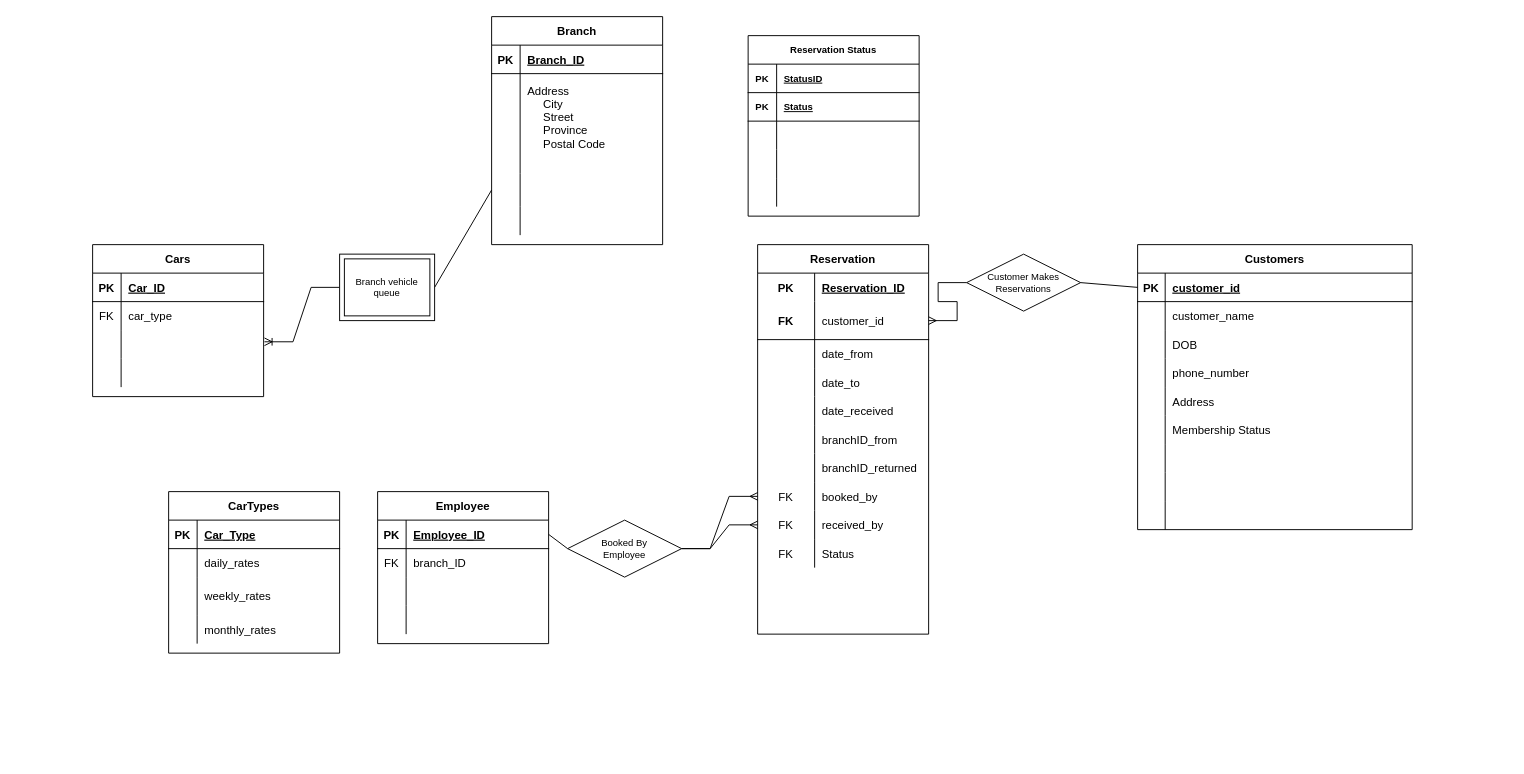
The draw.io diagram CarRentalDB.drawio in toastmod/291Project, before the edit. Source tidied: cells renumbered, new cells numbered last; positions are measured from the earlier drawing's top-left corner, leaving out a move shared by most shapes. Both pictures are drawn from the tidied source at 95%, with x=0, y=0 at pixel (92, 16).
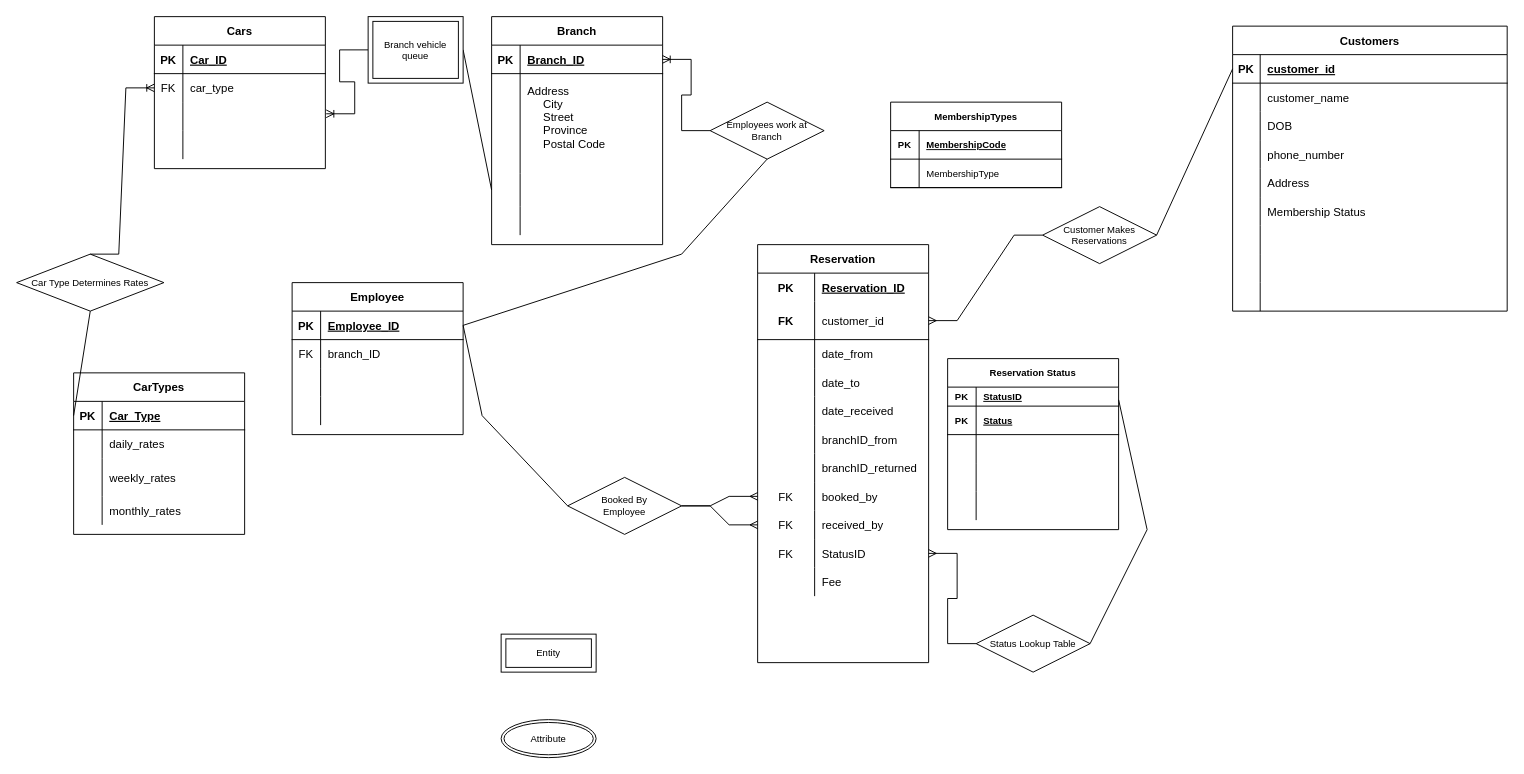
The same page after the edit.

The change refers to these unchanged cells:
```xml
<mxCell id="58" style="shape=tableRow;horizontal=0;startSize=0;swimlaneHead=0;swimlaneBody=0;fillColor=none;points=[[0,0.5],[1,0.5]];portConstraint=eastwest;top=0;left=0;right=0;bottom=0;" parent="30" vertex="1">
  <mxGeometry y="310" width="180" height="30" as="geometry" />
</mxCell>
<mxCell id="62" style="shape=tableRow;horizontal=0;startSize=0;swimlaneHead=0;swimlaneBody=0;fillColor=none;points=[[0,0.5],[1,0.5]];portConstraint=eastwest;top=0;left=0;right=0;bottom=1;" parent="61" vertex="1">
  <mxGeometry y="30" width="180" height="30" as="geometry" />
</mxCell>
<mxCell id="75" style="shape=tableRow;horizontal=0;startSize=0;swimlaneHead=0;swimlaneBody=0;fillColor=none;points=[[0,0.5],[1,0.5]];portConstraint=eastwest;top=0;left=0;right=0;bottom=1;" parent="74" vertex="1">
  <mxGeometry y="30" width="180" height="30" as="geometry" />
</mxCell>
<mxCell id="91" style="shape=tableRow;horizontal=0;startSize=0;swimlaneHead=0;swimlaneBody=0;fillColor=none;points=[[0,0.5],[1,0.5]];portConstraint=eastwest;top=0;left=0;right=0;bottom=0;" parent="87" vertex="1">
  <mxGeometry y="60" width="180" height="30" as="geometry" />
</mxCell>
<mxCell id="101" style="shape=tableRow;horizontal=0;startSize=0;swimlaneHead=0;swimlaneBody=0;fillColor=none;points=[[0,0.5],[1,0.5]];portConstraint=eastwest;top=0;left=0;right=0;bottom=1;" parent="100" vertex="1">
  <mxGeometry y="30" width="180" height="30" as="geometry" />
</mxCell>
```

Change to the diagram source:
```diff
@@
     <mxCell id="2" value="Customers" style="shape=table;startSize=30;childLayout=tableLayout;rowLines=0;fontStyle=1;align=center;" parent="1" vertex="1">
-      <mxGeometry x="1100" y="240" width="289" height="300" as="geometry" />
+      <mxGeometry x="1200" y="10" width="289" height="300" as="geometry" />
     </mxCell>
@@
     <mxCell id="30" value="Reservation" style="shape=table;startSize=30;childLayout=tableLayout;rowLines=0;fontStyle=1;align=center;" parent="1" vertex="1">
-      <mxGeometry x="700" y="240" width="180" height="410" as="geometry" />
+      <mxGeometry x="700" y="240" width="180" height="440" as="geometry" />
     </mxCell>
@@
-    <mxCell id="60" value="Status" style="shape=partialRectangle;fillColor=none;top=0;left=0;bottom=0;right=0;align=left;spacingLeft=6;overflow=hidden;" parent="58" vertex="1">
+    <mxCell id="60" value="StatusID" style="shape=partialRectangle;fillColor=none;top=0;left=0;bottom=0;right=0;align=left;spacingLeft=6;overflow=hidden;" parent="58" vertex="1">
       <mxGeometry x="60" width="120" height="30" as="geometry" />
     </mxCell>
+    <mxCell id="139" style="shape=tableRow;horizontal=0;startSize=0;swimlaneHead=0;swimlaneBody=0;fillColor=none;top=0;left=0;right=0;bottom=0;" parent="30" vertex="1">
+      <mxGeometry y="340" width="180" height="30" as="geometry" />
+    </mxCell>
+    <mxCell id="140" style="shape=partialRectangle;fillColor=none;top=0;left=0;bottom=0;right=0;overflow=hidden;" parent="139" vertex="1">
+      <mxGeometry width="60" height="30" as="geometry" />
+    </mxCell>
+    <mxCell id="141" value="Fee" style="shape=partialRectangle;fillColor=none;top=0;left=0;bottom=0;right=0;align=left;spacingLeft=6;overflow=hidden;" parent="139" vertex="1">
+      <mxGeometry x="60" width="120" height="30" as="geometry" />
+    </mxCell>
@@
     <mxCell id="74" value="CarTypes" style="shape=table;startSize=30;childLayout=tableLayout;rowLines=0;fontStyle=1;align=center;" parent="1" vertex="1">
-      <mxGeometry x="80" y="500" width="180" height="170" as="geometry" />
+      <mxGeometry x="-20" y="375" width="180" height="170" as="geometry" />
     </mxCell>
@@
     <mxCell id="87" value="Cars" style="shape=table;startSize=30;childLayout=tableLayout;rowLines=0;fontStyle=1;align=center;" parent="1" vertex="1">
-      <mxGeometry y="240" width="180" height="160" as="geometry" />
+      <mxGeometry x="65" width="180" height="160" as="geometry" />
     </mxCell>
@@
     <mxCell id="100" value="Employee" style="shape=table;startSize=30;childLayout=tableLayout;rowLines=0;fontStyle=1;align=center;" parent="1" vertex="1">
-      <mxGeometry x="300" y="500" width="180" height="160" as="geometry" />
+      <mxGeometry x="210" y="280" width="180" height="160" as="geometry" />
     </mxCell>
@@
     <mxCell id="115" value="&lt;div&gt;Booked By&lt;/div&gt;&lt;div&gt;Employee&lt;br&gt;&lt;/div&gt;" style="shape=rhombus;perimeter=rhombusPerimeter;whiteSpace=wrap;html=1;align=center;fontSize=10;" parent="1" vertex="1">
-      <mxGeometry x="500" y="530" width="120" height="60" as="geometry" />
+      <mxGeometry x="500" y="485" width="120" height="60" as="geometry" />
     </mxCell>
     <mxCell id="116" value="Branch vehicle queue" style="shape=ext;margin=3;double=1;whiteSpace=wrap;html=1;align=center;fontSize=10;" parent="1" vertex="1">
-      <mxGeometry x="260" y="250" width="100" height="70" as="geometry" />
+      <mxGeometry x="290" width="100" height="70" as="geometry" />
     </mxCell>
     <mxCell id="117" value="Reservation Status" style="shape=table;startSize=30;childLayout=tableLayout;rowLines=0;fontStyle=1;align=center;fontSize=10;" parent="1" vertex="1">
-      <mxGeometry x="690" y="20" width="180" height="190" as="geometry" />
+      <mxGeometry x="900" y="360" width="180" height="180" as="geometry" />
     </mxCell>
     <mxCell id="118" style="shape=tableRow;horizontal=0;startSize=0;swimlaneHead=0;swimlaneBody=0;fillColor=none;points=[[0,0.5],[1,0.5]];portConstraint=eastwest;top=0;left=0;right=0;bottom=1;fontSize=10;" parent="117" vertex="1">
-      <mxGeometry y="30" width="180" height="30" as="geometry" />
+      <mxGeometry y="30" width="180" height="20" as="geometry" />
     </mxCell>
     <mxCell id="119" value="PK" style="shape=partialRectangle;fillColor=none;top=0;left=0;bottom=0;right=0;fontStyle=1;overflow=hidden;fontSize=10;" parent="118" vertex="1">
-      <mxGeometry width="30" height="30" as="geometry" />
+      <mxGeometry width="30" height="20" as="geometry" />
     </mxCell>
     <mxCell id="120" value="StatusID" style="shape=partialRectangle;fillColor=none;top=0;left=0;bottom=0;right=0;align=left;spacingLeft=6;fontStyle=5;overflow=hidden;fontSize=10;" parent="118" vertex="1">
-      <mxGeometry x="30" width="150" height="30" as="geometry" />
+      <mxGeometry x="30" width="150" height="20" as="geometry" />
     </mxCell>
     <mxCell id="121" style="shape=tableRow;horizontal=0;startSize=0;swimlaneHead=0;swimlaneBody=0;fillColor=none;top=0;left=0;right=0;bottom=1;fontSize=10;" parent="117" vertex="1">
-      <mxGeometry y="60" width="180" height="30" as="geometry" />
+      <mxGeometry y="50" width="180" height="30" as="geometry" />
     </mxCell>
@@
     <mxCell id="124" style="shape=tableRow;horizontal=0;startSize=0;swimlaneHead=0;swimlaneBody=0;fillColor=none;top=0;left=0;right=0;bottom=0;fontSize=10;" parent="117" vertex="1">
-      <mxGeometry y="90" width="180" height="30" as="geometry" />
+      <mxGeometry y="80" width="180" height="30" as="geometry" />
     </mxCell>
@@
     <mxCell id="127" style="shape=tableRow;horizontal=0;startSize=0;swimlaneHead=0;swimlaneBody=0;fillColor=none;top=0;left=0;right=0;bottom=0;fontSize=10;" parent="117" vertex="1">
-      <mxGeometry y="120" width="180" height="30" as="geometry" />
+      <mxGeometry y="110" width="180" height="30" as="geometry" />
     </mxCell>
@@
     <mxCell id="130" style="shape=tableRow;horizontal=0;startSize=0;swimlaneHead=0;swimlaneBody=0;fillColor=none;top=0;left=0;right=0;bottom=0;fontSize=10;" parent="117" vertex="1">
-      <mxGeometry y="150" width="180" height="30" as="geometry" />
+      <mxGeometry y="140" width="180" height="30" as="geometry" />
     </mxCell>
@@
     <mxCell id="133" value="Customer Makes Reservations" style="shape=rhombus;perimeter=rhombusPerimeter;whiteSpace=wrap;html=1;align=center;fontSize=10;" parent="1" vertex="1">
-      <mxGeometry x="920" y="250" width="120" height="60" as="geometry" />
+      <mxGeometry x="1000" y="200" width="120" height="60" as="geometry" />
     </mxCell>
@@
     <mxCell id="138" style="endArrow=none;html=1;rounded=0;fontSize=10;entryX=0;entryY=0.5;entryDx=0;entryDy=0;exitX=1;exitY=0.5;exitDx=0;exitDy=0;" parent="1" edge="1" source="101" target="115">
-      <mxGeometry relative="1" as="geometry" />
+      <mxGeometry relative="1" as="geometry">
+        <Array as="points">
+          <mxPoint x="410" y="420" />
+        </Array>
+      </mxGeometry>
     </mxCell>
+    <mxCell id="142" style="edgeStyle=entityRelationEdgeStyle;fontSize=12;html=1;endArrow=ERmany;rounded=0;" parent="1" edge="1" source="143" target="58">
+      <mxGeometry relative="1" as="geometry" />
+    </mxCell>
+    <mxCell id="143" value="&lt;div&gt;Status Lookup Table&lt;/div&gt;" style="shape=rhombus;perimeter=rhombusPerimeter;whiteSpace=wrap;html=1;align=center;fontSize=10;" parent="1" vertex="1">
+      <mxGeometry x="930" y="630" width="120" height="60" as="geometry" />
+    </mxCell>
+    <mxCell id="144" style="endArrow=none;html=1;rounded=0;fontSize=10;entryX=1;entryY=0.667;entryDx=0;entryDy=0;entryPerimeter=0;exitX=1;exitY=0.5;exitDx=0;exitDy=0;" parent="1" edge="1" source="143" target="118">
+      <mxGeometry relative="1" as="geometry">
+        <Array as="points">
+          <mxPoint x="1110" y="540" />
+        </Array>
+      </mxGeometry>
+    </mxCell>
+    <mxCell id="145" value="MembershipTypes" style="shape=table;startSize=30;childLayout=tableLayout;rowLines=0;fontStyle=1;align=center;fontSize=10;" parent="1" vertex="1">
+      <mxGeometry x="840" y="90" width="180" height="90" as="geometry" />
+    </mxCell>
+    <mxCell id="146" style="shape=tableRow;horizontal=0;startSize=0;swimlaneHead=0;swimlaneBody=0;fillColor=none;top=0;left=0;right=0;bottom=1;fontSize=10;" parent="145" vertex="1">
+      <mxGeometry y="30" width="180" height="30" as="geometry" />
+    </mxCell>
+    <mxCell id="147" value="PK" style="shape=partialRectangle;fillColor=none;top=0;left=0;bottom=0;right=0;fontStyle=1;overflow=hidden;fontSize=10;" parent="146" vertex="1">
+      <mxGeometry width="30" height="30" as="geometry" />
+    </mxCell>
+    <mxCell id="148" value="MembershipCode" style="shape=partialRectangle;fillColor=none;top=0;left=0;bottom=0;right=0;align=left;spacingLeft=6;fontStyle=5;overflow=hidden;fontSize=10;" parent="146" vertex="1">
+      <mxGeometry x="30" width="150" height="30" as="geometry" />
+    </mxCell>
+    <mxCell id="149" style="shape=tableRow;horizontal=0;startSize=0;swimlaneHead=0;swimlaneBody=0;fillColor=none;top=0;left=0;right=0;bottom=1;fontSize=10;" parent="145" vertex="1">
+      <mxGeometry y="60" width="180" height="30" as="geometry" />
+    </mxCell>
+    <mxCell id="150" style="shape=partialRectangle;fillColor=none;top=0;left=0;bottom=0;right=0;fontStyle=0;overflow=hidden;fontSize=10;" parent="149" vertex="1">
+      <mxGeometry width="30" height="30" as="geometry" />
+    </mxCell>
+    <mxCell id="151" value="MembershipType" style="shape=partialRectangle;fillColor=none;top=0;left=0;bottom=0;right=0;align=left;spacingLeft=6;fontStyle=0;overflow=hidden;fontSize=10;" parent="149" vertex="1">
+      <mxGeometry x="30" width="150" height="30" as="geometry" />
+    </mxCell>
+    <mxCell id="152" value="&lt;div&gt;Employees work at Branch&lt;/div&gt;" style="shape=rhombus;perimeter=rhombusPerimeter;whiteSpace=wrap;html=1;align=center;fontSize=10;" parent="1" vertex="1">
+      <mxGeometry x="650" y="90" width="120" height="60" as="geometry" />
+    </mxCell>
+    <mxCell id="153" style="endArrow=none;html=1;rounded=0;fontSize=10;entryX=0.5;entryY=1;entryDx=0;entryDy=0;exitX=1;exitY=0.5;exitDx=0;exitDy=0;" parent="1" edge="1" source="101" target="152">
+      <mxGeometry relative="1" as="geometry">
+        <Array as="points">
+          <mxPoint x="620" y="250" />
+        </Array>
+      </mxGeometry>
+    </mxCell>
+    <mxCell id="154" style="edgeStyle=entityRelationEdgeStyle;fontSize=12;html=1;endArrow=ERoneToMany;rounded=0;exitX=0;exitY=0.5;exitDx=0;exitDy=0;" parent="1" edge="1" source="152" target="62">
+      <mxGeometry relative="1" as="geometry" />
+    </mxCell>
+    <mxCell id="155" value="Car Type Determines Rates" style="shape=rhombus;perimeter=rhombusPerimeter;whiteSpace=wrap;html=1;align=center;fontSize=10;" parent="1" vertex="1">
+      <mxGeometry x="-80" y="250" width="155" height="60" as="geometry" />
+    </mxCell>
+    <mxCell id="156" style="edgeStyle=entityRelationEdgeStyle;fontSize=12;html=1;endArrow=ERoneToMany;rounded=0;entryX=0;entryY=0.5;entryDx=0;entryDy=0;exitX=0.5;exitY=0;exitDx=0;exitDy=0;" parent="1" edge="1" source="155" target="91">
+      <mxGeometry relative="1" as="geometry" />
+    </mxCell>
+    <mxCell id="157" style="endArrow=none;html=1;rounded=0;fontSize=10;entryX=0;entryY=0.5;entryDx=0;entryDy=0;exitX=0.5;exitY=1;exitDx=0;exitDy=0;" parent="1" edge="1" source="155" target="75">
+      <mxGeometry relative="1" as="geometry" />
+    </mxCell>
+    <mxCell id="158" value="Attribute" style="ellipse;shape=doubleEllipse;margin=3;whiteSpace=wrap;html=1;align=center;fontSize=10;" parent="1" vertex="1">
+      <mxGeometry x="430" y="740" width="100" height="40" as="geometry" />
+    </mxCell>
+    <mxCell id="159" value="Entity" style="shape=ext;margin=3;double=1;whiteSpace=wrap;html=1;align=center;fontSize=10;" parent="1" vertex="1">
+      <mxGeometry x="430" y="650" width="100" height="40" as="geometry" />
+    </mxCell>
```
